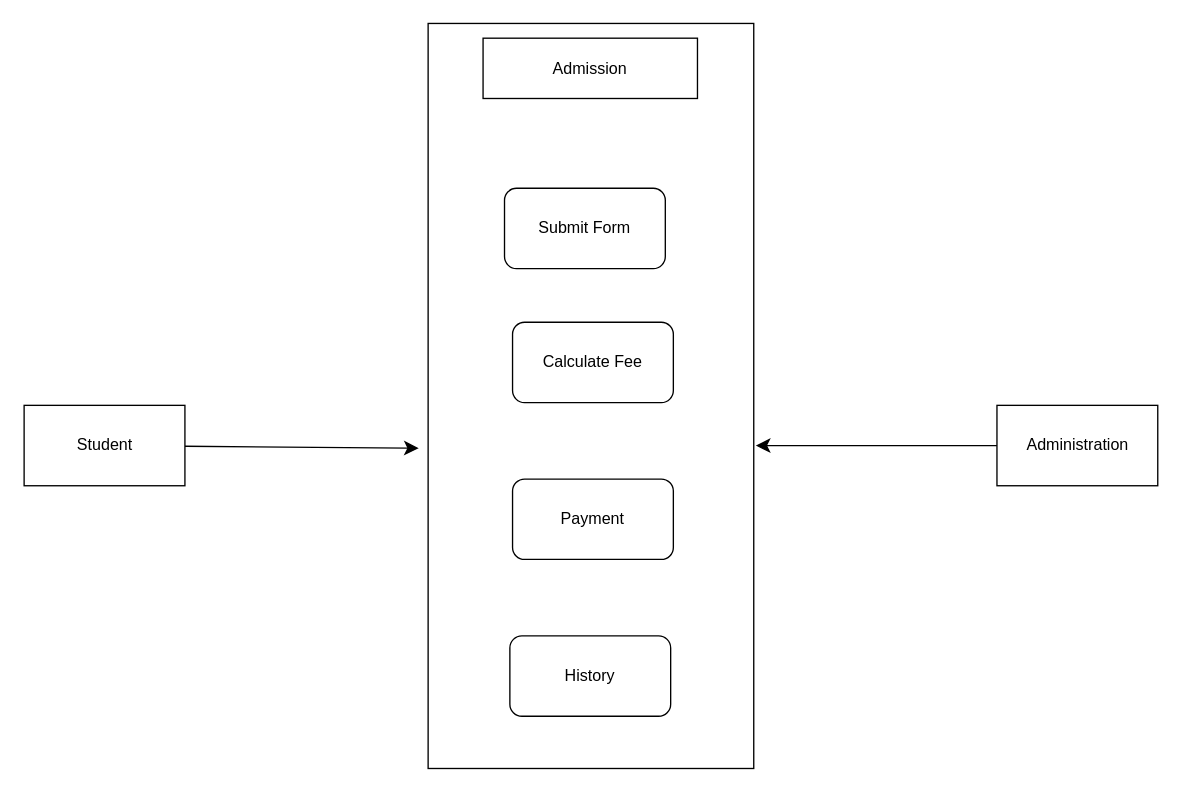
The draw.io diagram Untitled Diagram.drawio in nawab69/readmetest, before the edit. Source tidied: cells renumbered, new cells numbered last; positions are measured from the earlier drawing's top-left corner, leaving out a move shared by most shapes. Both pictures are drawn from the tidied source at 134%, with x=0, y=0 at pixel (23, 23).
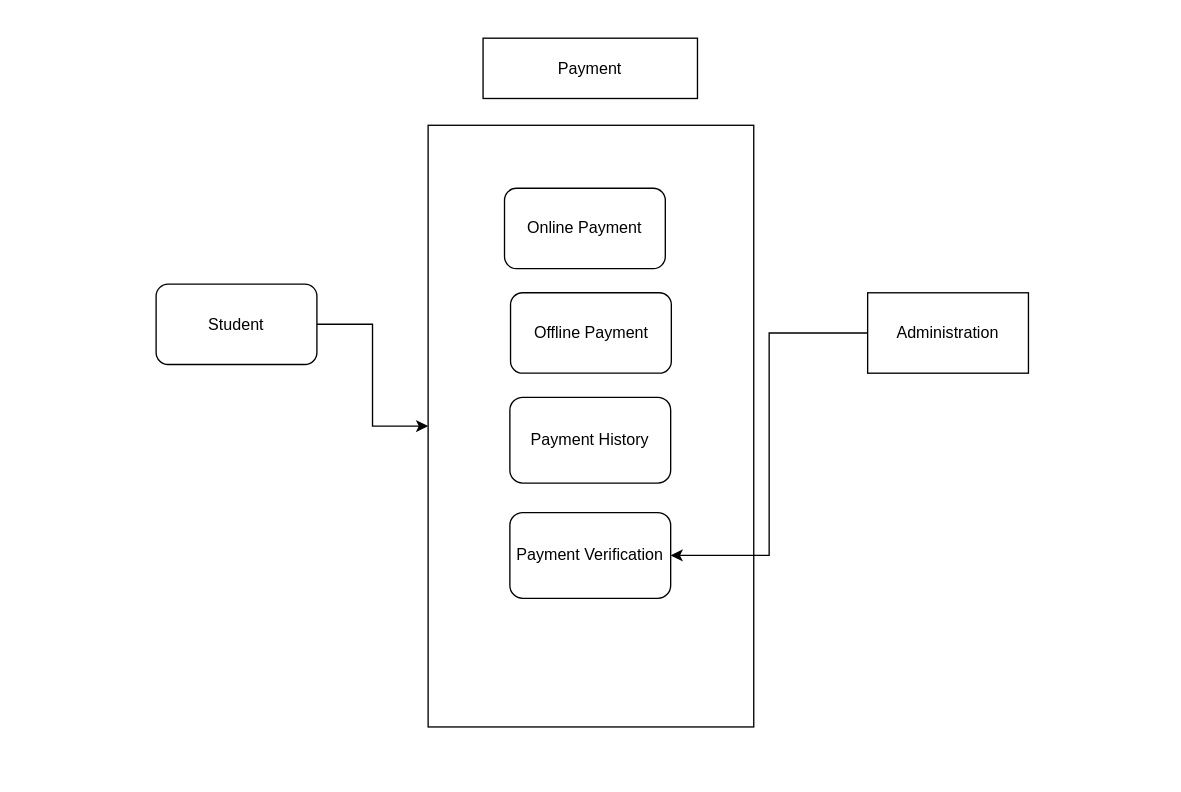
After the change.

Change to the diagram source:
```diff
@@
 <mxGraphModel>
   <root>
     <mxCell id="0" />
     <mxCell id="1" parent="0" />
     <mxCell id="2" style="rounded=0;whiteSpace=wrap;html=1;" parent="1" vertex="1">
-      <mxGeometry x="302" width="243" height="556" as="geometry" />
+      <mxGeometry x="302" y="76" width="243" height="449" as="geometry" />
     </mxCell>
-    <mxCell id="3" value="Submit Form" style="rounded=1;whiteSpace=wrap;html=1;" parent="1" vertex="1">
+    <mxCell id="3" value="Online Payment" style="rounded=1;whiteSpace=wrap;html=1;" parent="1" vertex="1">
       <mxGeometry x="359" y="123" width="120" height="60" as="geometry" />
     </mxCell>
-    <mxCell id="4" value="Calculate Fee" style="rounded=1;whiteSpace=wrap;html=1;" parent="1" vertex="1">
-      <mxGeometry x="365" y="223" width="120" height="60" as="geometry" />
+    <mxCell id="4" value="Offline Payment" style="rounded=1;whiteSpace=wrap;html=1;" parent="1" vertex="1">
+      <mxGeometry x="363.5" y="201" width="120" height="60" as="geometry" />
     </mxCell>
-    <mxCell id="5" value="Payment" style="rounded=1;whiteSpace=wrap;html=1;" parent="1" vertex="1">
-      <mxGeometry x="365" y="340" width="120" height="60" as="geometry" />
-    </mxCell>
-    <mxCell id="6" value="History" style="rounded=1;whiteSpace=wrap;html=1;" parent="1" vertex="1">
-      <mxGeometry x="363" y="457" width="120" height="60" as="geometry" />
-    </mxCell>
-    <mxCell id="7" style="edgeStyle=none;curved=1;rounded=0;jettySize=auto;html=1;fontSize=12;startSize=8;endSize=8;" parent="1" edge="1" source="8">
-      <mxGeometry relative="1" as="geometry">
-        <mxPoint x="295" y="317" as="targetPoint" />
-      </mxGeometry>
-    </mxCell>
-    <mxCell id="8" value="Student" style="whiteSpace=wrap;html=1;rounded=0;" parent="1" vertex="1">
-      <mxGeometry x="0.5" y="285" width="120" height="60" as="geometry" />
-    </mxCell>
-    <mxCell id="9" style="edgeStyle=none;curved=1;rounded=0;jettySize=auto;html=1;fontSize=12;startSize=8;endSize=8;" parent="1" edge="1" source="10">
-      <mxGeometry relative="1" as="geometry">
-        <mxPoint x="546.5" y="315" as="targetPoint" />
-      </mxGeometry>
-    </mxCell>
+    <mxCell id="12" style="edgeStyle=orthogonalEdgeStyle;rounded=0;jettySize=auto;html=1;entryX=1;entryY=0.5;entryDx=0;entryDy=0;" parent="1" edge="1" source="10" target="15">
+      <mxGeometry relative="1" as="geometry" />
+    </mxCell>
     <mxCell id="10" value="Administration" style="whiteSpace=wrap;html=1;rounded=0;" parent="1" vertex="1">
-      <mxGeometry x="726.5" y="285" width="120" height="60" as="geometry" />
+      <mxGeometry x="630" y="201" width="120" height="60" as="geometry" />
     </mxCell>
-    <mxCell id="11" value="Admission" style="rounded=0;whiteSpace=wrap;html=1;" parent="1" vertex="1">
+    <mxCell id="11" value="Payment" style="rounded=0;whiteSpace=wrap;html=1;" parent="1" vertex="1">
       <mxGeometry x="343" y="11" width="160" height="45" as="geometry" />
     </mxCell>
+    <mxCell id="13" style="edgeStyle=orthogonalEdgeStyle;rounded=0;jettySize=auto;html=1;" parent="1" edge="1" source="8" target="2">
+      <mxGeometry relative="1" as="geometry" />
+    </mxCell>
+    <mxCell id="8" value="Student" style="rounded=1;whiteSpace=wrap;html=1;" parent="1" vertex="1">
+      <mxGeometry x="99" y="194.5" width="120" height="60" as="geometry" />
+    </mxCell>
+    <mxCell id="14" value="Payment History" style="rounded=1;whiteSpace=wrap;html=1;" parent="1" vertex="1">
+      <mxGeometry x="363" y="279" width="120" height="64" as="geometry" />
+    </mxCell>
+    <mxCell id="15" value="Payment Verification" style="rounded=1;whiteSpace=wrap;html=1;" parent="1" vertex="1">
+      <mxGeometry x="363" y="365" width="120" height="64" as="geometry" />
+    </mxCell>
   </root>
 </mxGraphModel>
```
